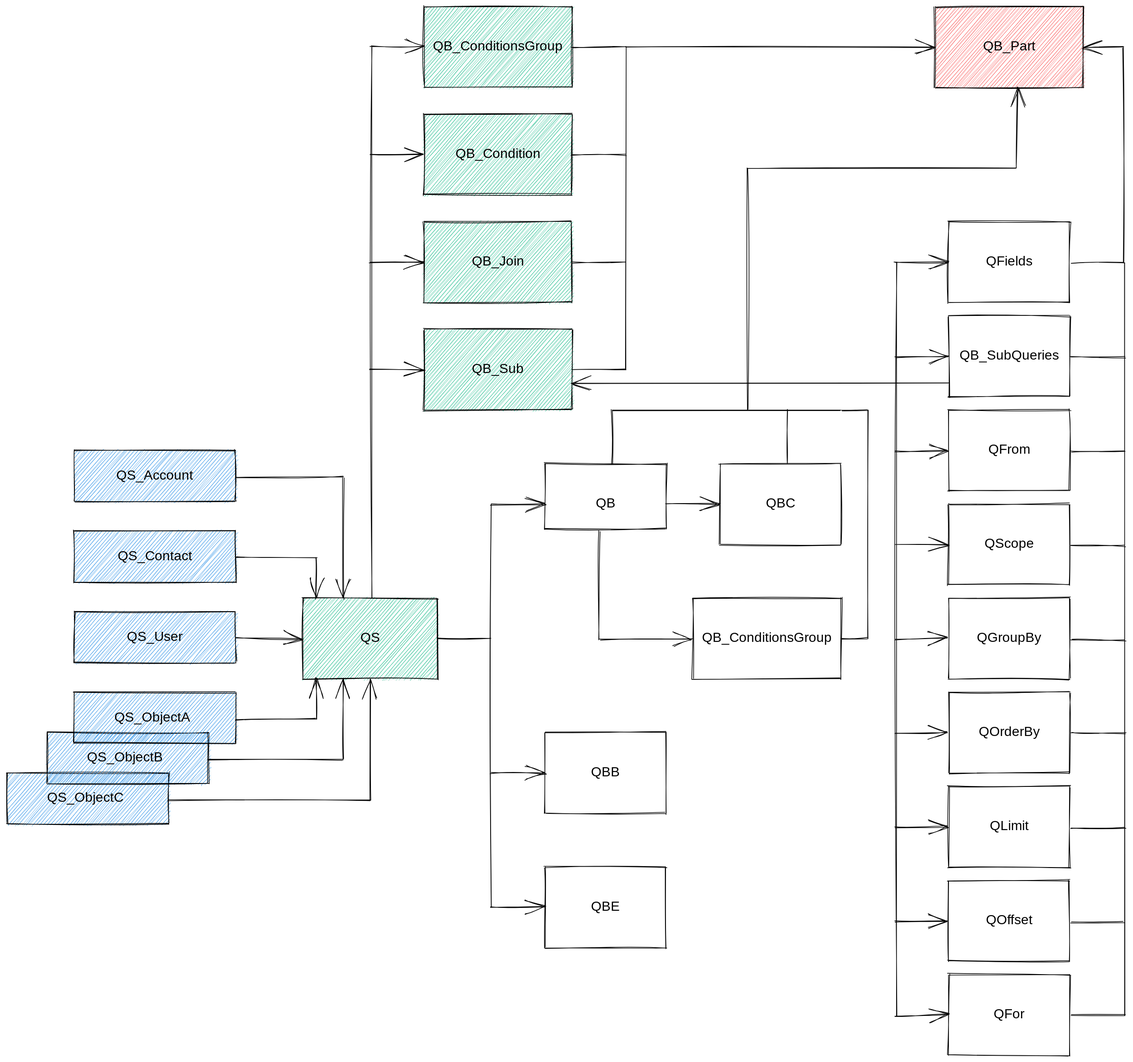
beyond-the-cloud-dev/soql-lib keeps this Excalidraw diagram as README.svg. Above is the earlier version. Source tidied: one line per element, renumbered; positions are measured from the earlier drawing's top-left corner, leaving out a move shared by most shapes.
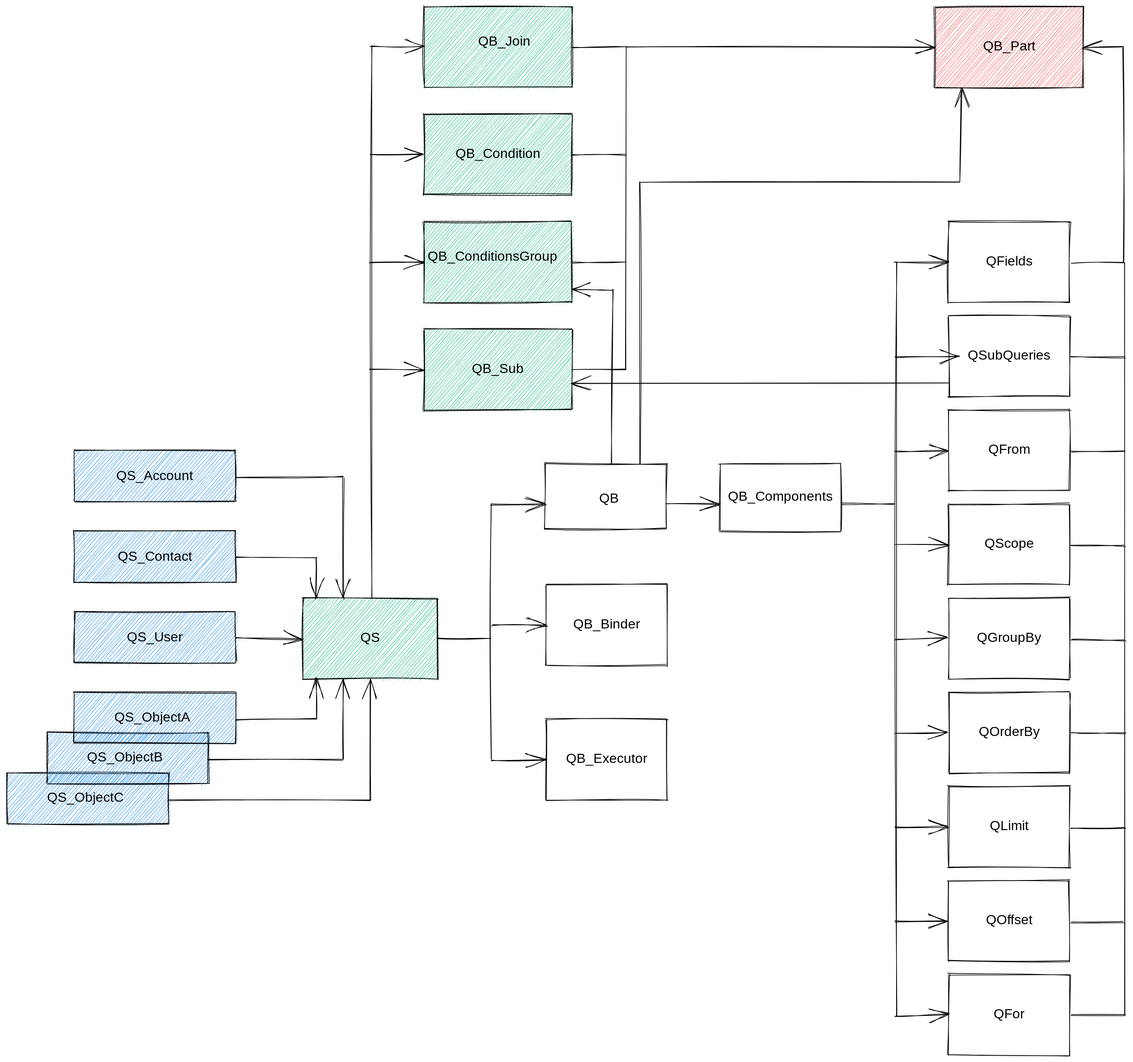
The same file after the commit.

Diff of the diagram source:
```diff
@@ -3,12 +3,12 @@
 {"id": 2, "type": "rectangle", "strokeColor": "#000000", "strokeWidth": 1, "roughness": 1, "x": 800, "y": 680, "width": 180, "height": 97}
-{"id": 3, "type": "text", "text": "QB", "strokeColor": "#000000", "strokeWidth": 1, "roughness": 1, "fontSize": 20, "fontFamily": 1, "textAlign": "center", "x": 875, "y": 727, "width": 30, "height": 26}
+{"id": 3, "type": "text", "text": "QB", "strokeColor": "#000000", "strokeWidth": 1, "roughness": 1, "fontSize": 20, "fontFamily": 1, "textAlign": "center", "x": 880, "y": 720, "width": 30, "height": 26}
-{"id": 4, "type": "rectangle", "strokeColor": "#000000", "strokeWidth": 1, "roughness": 1, "x": 800, "y": 1080, "width": 180, "height": 120}
+{"id": 4, "type": "rectangle", "strokeColor": "#000000", "strokeWidth": 1, "roughness": 1, "x": 802, "y": 860, "width": 180, "height": 120}
-{"id": 5, "type": "text", "text": "QBB", "strokeColor": "#000000", "strokeWidth": 1, "roughness": 1, "fontSize": 20, "fontFamily": 1, "textAlign": "center", "x": 868, "y": 1127, "width": 44, "height": 26}
+{"id": 5, "type": "text", "text": "QB_Binder", "strokeColor": "#000000", "strokeWidth": 1, "roughness": 1, "fontSize": 20, "fontFamily": 1, "textAlign": "center", "x": 839, "y": 907, "width": 105, "height": 26}
-{"id": 6, "type": "rectangle", "strokeColor": "#000000", "strokeWidth": 1, "roughness": 1, "x": 800, "y": 1280, "width": 180, "height": 120}
+{"id": 6, "type": "rectangle", "strokeColor": "#000000", "strokeWidth": 1, "roughness": 1, "x": 802, "y": 1060, "width": 180, "height": 120}
-{"id": 7, "type": "text", "text": "QBE", "strokeColor": "#000000", "strokeWidth": 1, "roughness": 1, "fontSize": 20, "fontFamily": 1, "textAlign": "center", "x": 868, "y": 1327, "width": 43, "height": 26}
+{"id": 7, "type": "text", "text": "QB_Executor", "strokeColor": "#000000", "strokeWidth": 1, "roughness": 1, "fontSize": 20, "fontFamily": 1, "textAlign": "center", "x": 825, "y": 1107, "width": 134, "height": 26}
-{"id": 8, "type": "line", "strokeColor": "#000000", "strokeWidth": 1, "roughness": 1, "x": 720, "y": 740, "width": 0, "height": 600, "points": [[0, 0], [0, 600]]}
+{"id": 8, "type": "line", "strokeColor": "#000000", "strokeWidth": 1, "roughness": 1, "x": 720, "y": 740, "width": 0, "height": 380, "points": [[0, 0], [0, 380]]}
 {"id": 9, "type": "arrow", "strokeColor": "#000000", "strokeWidth": 1, "roughness": 1, "endArrowhead": "arrow", "to": 2, "x": 720, "y": 740, "width": 80, "height": 0, "points": [[0, 0], [80, 0]]}
 {"id": 10, "type": "line", "strokeColor": "#000000", "strokeWidth": 1, "roughness": 1, "x": 640, "y": 940, "width": 80, "height": 0, "points": [[0, 0], [80, 0]]}
-{"id": 11, "type": "rectangle", "strokeColor": "#000000", "strokeWidth": 1, "roughness": 1, "x": 1060, "y": 680, "width": 180, "height": 120}
+{"id": 11, "type": "rectangle", "strokeColor": "#000000", "strokeWidth": 1, "roughness": 1, "x": 1060, "y": 680, "width": 180, "height": 100}
-{"id": 12, "type": "text", "text": "QBC", "strokeColor": "#000000", "strokeWidth": 1, "roughness": 1, "fontSize": 20, "fontFamily": 1, "textAlign": "center", "x": 1128, "y": 727, "width": 43, "height": 26}
+{"id": 12, "type": "text", "text": "QB_Components", "strokeColor": "#000000", "strokeWidth": 1, "roughness": 1, "fontSize": 20, "fontFamily": 1, "textAlign": "center", "x": 1072, "y": 717, "width": 156, "height": 26}
 {"id": 13, "type": "rectangle", "strokeColor": "#000000", "strokeWidth": 1, "roughness": 1, "x": 1400, "y": 320, "width": 180, "height": 120}
@@ -16,3 +16,3 @@
 {"id": 15, "type": "rectangle", "strokeColor": "#000000", "strokeWidth": 1, "roughness": 1, "x": 1400, "y": 460, "width": 180, "height": 120}
-{"id": 16, "type": "text", "text": "QB_SubQueries", "strokeColor": "#000000", "strokeWidth": 1, "roughness": 1, "fontSize": 20, "fontFamily": 1, "textAlign": "center", "x": 1414, "y": 507, "width": 151, "height": 26}
+{"id": 16, "type": "text", "text": "QSubQueries", "strokeColor": "#000000", "strokeWidth": 1, "roughness": 1, "fontSize": 20, "fontFamily": 1, "textAlign": "center", "x": 1430, "y": 507, "width": 120, "height": 26}
 {"id": 17, "type": "rectangle", "strokeColor": "#000000", "strokeWidth": 1, "roughness": 1, "x": 1400, "y": 600, "width": 180, "height": 120}
@@ -33,3 +33,3 @@
 {"id": 32, "type": "arrow", "strokeColor": "#000000", "strokeWidth": 1, "roughness": 1, "endArrowhead": "arrow", "to": 13, "x": 1320, "y": 380, "width": 79, "height": 0, "points": [[0, 0], [79, 0]]}
-{"id": 33, "type": "arrow", "strokeColor": "#000000", "strokeWidth": 1, "roughness": 1, "endArrowhead": "arrow", "to": 16, "x": 1320, "y": 521, "width": 80, "height": 0, "points": [[0, 0], [80, 0]]}
+{"id": 33, "type": "arrow", "strokeColor": "#000000", "strokeWidth": 1, "roughness": 1, "endArrowhead": "arrow", "to": 16, "x": 1320, "y": 521, "width": 96, "height": 0, "points": [[0, 0], [96, 0]]}
 {"id": 34, "type": "arrow", "strokeColor": "#000000", "strokeWidth": 1, "roughness": 1, "endArrowhead": "arrow", "to": 17, "x": 1320, "y": 662, "width": 79, "height": 0, "points": [[0, 0], [79, 0]]}
@@ -42,3 +42,3 @@
 {"id": 41, "type": "rectangle", "strokeColor": "#000000", "backgroundColor": "#fa5252", "fillStyle": "hachure", "strokeWidth": 1, "roughness": 1, "x": 1380, "y": 0, "width": 220, "height": 120}
-{"id": 42, "type": "text", "text": "QB_QueryClause", "strokeColor": "#000000", "backgroundColor": "#fa5252", "fillStyle": "hachure", "strokeWidth": 1, "roughness": 1, "fontSize": 20, "fontFamily": 1, "textAlign": "center", "x": 1408, "y": 47, "width": 165, "height": 26}
+{"id": 42, "type": "text", "text": "QB_Part", "strokeColor": "#000000", "backgroundColor": "#fa5252", "fillStyle": "hachure", "strokeWidth": 1, "roughness": 1, "fontSize": 20, "fontFamily": 1, "textAlign": "center", "x": 1444, "y": 47, "width": 93, "height": 26}
 {"id": 43, "type": "line", "strokeColor": "#000000", "strokeWidth": 1, "roughness": 1, "x": 1662, "y": 381, "width": 0, "height": 1120, "points": [[0, 0], [0, 1120]]}
@@ -53,7 +53,5 @@
 {"id": 52, "type": "line", "strokeColor": "#000000", "strokeWidth": 1, "roughness": 1, "x": 1581, "y": 1362, "width": 80, "height": 0, "points": [[0, 0], [80, 0]]}
-{"id": 53, "type": "rectangle", "strokeColor": "#000000", "strokeWidth": 1, "roughness": 1, "x": 1020, "y": 880, "width": 220, "height": 120}
-{"id": 54, "type": "text", "text": "QB_ConditionsGroup", "strokeColor": "#000000", "strokeWidth": 1, "roughness": 1, "fontSize": 20, "fontFamily": 1, "textAlign": "center", "x": 1030, "y": 927, "width": 199, "height": 26}
-{"id": 55, "type": "arrow", "strokeColor": "#000000", "strokeWidth": 1, "roughness": 1, "endArrowhead": "arrow", "to": 6, "x": 720, "y": 1340, "width": 80, "height": 0, "points": [[0, 0], [80, 0]]}
+{"id": 55, "type": "arrow", "strokeColor": "#000000", "strokeWidth": 1, "roughness": 1, "endArrowhead": "arrow", "to": 6, "x": 721, "y": 1122, "width": 80, "height": 0, "points": [[0, 0], [80, 0]]}
 {"id": 56, "type": "rectangle", "strokeColor": "#000000", "backgroundColor": "#12b886", "fillStyle": "hachure", "strokeWidth": 1, "roughness": 1, "x": 620, "y": 0, "width": 220, "height": 120}
-{"id": 57, "type": "text", "text": "QB_ConditionsGroup", "strokeColor": "#000000", "strokeWidth": 1, "roughness": 1, "fontSize": 20, "fontFamily": 1, "textAlign": "center", "x": 630, "y": 47, "width": 199, "height": 26}
+{"id": 57, "type": "text", "text": "QB_Join", "strokeColor": "#000000", "strokeWidth": 1, "roughness": 1, "fontSize": 20, "fontFamily": 1, "textAlign": "center", "x": 698, "y": 40, "width": 84, "height": 26}
 {"id": 58, "type": "rectangle", "strokeColor": "#000000", "backgroundColor": "#12b886", "fillStyle": "hachure", "strokeWidth": 1, "roughness": 1, "x": 620, "y": 160, "width": 220, "height": 120}
@@ -63,3 +61,3 @@
 {"id": 62, "type": "rectangle", "strokeColor": "#000000", "backgroundColor": "#12b886", "fillStyle": "hachure", "strokeWidth": 1, "roughness": 1, "x": 620, "y": 320, "width": 220, "height": 120}
-{"id": 63, "type": "text", "text": "QB_Join", "strokeColor": "#000000", "strokeWidth": 1, "roughness": 1, "fontSize": 20, "fontFamily": 1, "textAlign": "center", "x": 688, "y": 367, "width": 84, "height": 26}
+{"id": 63, "type": "text", "text": "QB_ConditionsGroup", "strokeColor": "#000000", "strokeWidth": 1, "roughness": 1, "fontSize": 20, "fontFamily": 1, "textAlign": "center", "x": 622, "y": 360, "width": 199, "height": 26}
 {"id": 64, "type": "line", "strokeColor": "#000000", "strokeWidth": 1, "roughness": 1, "x": 542, "y": 60, "width": 0, "height": 820, "points": [[0, 0], [0, 820]]}
@@ -68,3 +66,3 @@
 {"id": 67, "type": "arrow", "strokeColor": "#000000", "backgroundColor": "#12b886", "fillStyle": "hachure", "strokeWidth": 1, "roughness": 1, "endArrowhead": "arrow", "to": 60, "x": 540, "y": 540, "width": 80, "height": 0, "points": [[0, 0], [80, 0]]}
-{"id": 68, "type": "arrow", "strokeColor": "#000000", "backgroundColor": "#12b886", "fillStyle": "hachure", "strokeWidth": 1, "roughness": 1, "endArrowhead": "arrow", "to": 57, "x": 540, "y": 60, "width": 80, "height": 0, "points": [[0, 0], [80, 0]]}
+{"id": 68, "type": "arrow", "strokeColor": "#000000", "backgroundColor": "#12b886", "fillStyle": "hachure", "strokeWidth": 1, "roughness": 1, "endArrowhead": "arrow", "to": 56, "x": 540, "y": 60, "width": 80, "height": 0, "points": [[0, 0], [80, 0]]}
 {"id": 69, "type": "arrow", "strokeColor": "#000000", "backgroundColor": "#12b886", "fillStyle": "hachure", "strokeWidth": 1, "roughness": 1, "endArrowhead": "arrow", "to": 58, "x": 540, "y": 220, "width": 80, "height": 0, "points": [[0, 0], [80, 0]]}
@@ -75,18 +73,13 @@
 {"id": 74, "type": "line", "strokeColor": "#000000", "backgroundColor": "#12b886", "fillStyle": "hachure", "strokeWidth": 1, "roughness": 1, "x": 840, "y": 540, "width": 80, "height": 0, "points": [[0, 0], [80, 0]]}
-{"id": 75, "type": "arrow", "strokeColor": "#000000", "backgroundColor": "#12b886", "fillStyle": "hachure", "strokeWidth": 1, "roughness": 1, "endArrowhead": "arrow", "to": 42, "x": 920, "y": 60, "width": 460, "height": 0, "points": [[0, 0], [460, 0]]}
+{"id": 75, "type": "arrow", "strokeColor": "#000000", "backgroundColor": "#12b886", "fillStyle": "hachure", "strokeWidth": 1, "roughness": 1, "endArrowhead": "arrow", "to": 41, "x": 920, "y": 60, "width": 460, "height": 0, "points": [[0, 0], [460, 0]]}
 {"id": 76, "type": "arrow", "strokeColor": "#000000", "backgroundColor": "#12b886", "fillStyle": "hachure", "strokeWidth": 1, "roughness": 1, "endArrowhead": "arrow", "to": 60, "x": 1400, "y": 560, "width": 560, "height": 0, "points": [[0, 0], [-560, 0]]}
-{"id": 77, "type": "arrow", "strokeColor": "#000000", "backgroundColor": "#12b886", "fillStyle": "hachure", "strokeWidth": 1, "roughness": 1, "endArrowhead": "arrow", "from": 2, "x": 980, "y": 740, "width": 80, "height": 0, "points": [[0, 0], [80, 0]]}
+{"id": 77, "type": "arrow", "strokeColor": "#000000", "backgroundColor": "#12b886", "fillStyle": "hachure", "strokeWidth": 1, "roughness": 1, "endArrowhead": "arrow", "from": 2, "to": 12, "x": 980, "y": 740, "width": 80, "height": 0, "points": [[0, 0], [80, 0]]}
-{"id": 78, "type": "arrow", "strokeColor": "#000000", "backgroundColor": "#12b886", "fillStyle": "hachure", "strokeWidth": 1, "roughness": 1, "endArrowhead": "arrow", "x": 720, "y": 1140, "width": 80, "height": 0, "points": [[0, 0], [80, 0]]}
+{"id": 78, "type": "arrow", "strokeColor": "#000000", "backgroundColor": "#12b886", "fillStyle": "hachure", "strokeWidth": 1, "roughness": 1, "endArrowhead": "arrow", "to": 4, "x": 722, "y": 920, "width": 80, "height": 0, "points": [[0, 0], [80, 0]]}
-{"id": 79, "type": "arrow", "strokeColor": "#000000", "backgroundColor": "#12b886", "fillStyle": "hachure", "strokeWidth": 1, "roughness": 1, "endArrowhead": "arrow", "from": 2, "to": 53, "x": 880, "y": 780, "width": 138, "height": 161, "points": [[0, 0], [1, 161], [138, 161]]}
-{"id": 80, "type": "line", "strokeColor": "#000000", "backgroundColor": "#12b886", "fillStyle": "hachure", "strokeWidth": 1, "roughness": 1, "x": 900, "y": 600, "width": 340, "height": 0, "points": [[0, 0], [340, 0]]}
-{"id": 81, "type": "line", "strokeColor": "#000000", "backgroundColor": "#12b886", "fillStyle": "hachure", "strokeWidth": 1, "roughness": 1, "x": 1240, "y": 940, "width": 40, "height": 340, "points": [[0, 0], [40, 0], [40, -340], [0, -340]]}
-{"id": 82, "type": "line", "strokeColor": "#000000", "backgroundColor": "#12b886", "fillStyle": "hachure", "strokeWidth": 1, "roughness": 1, "x": 1160, "y": 680, "width": 0, "height": 80, "points": [[0, 0], [0, -80]]}
-{"id": 83, "type": "line", "strokeColor": "#000000", "backgroundColor": "#12b886", "fillStyle": "hachure", "strokeWidth": 1, "roughness": 1, "x": 900, "y": 680, "width": 0, "height": 80, "points": [[0, 0], [0, -80]]}
-{"id": 84, "type": "arrow", "strokeColor": "#000000", "backgroundColor": "#12b886", "fillStyle": "hachure", "strokeWidth": 1, "roughness": 1, "endArrowhead": "arrow", "to": 41, "x": 1101, "y": 600, "width": 402, "height": 479, "points": [[0, 0], [0, -360], [399, -360], [402, -479]]}
+{"id": 84, "type": "arrow", "strokeColor": "#000000", "backgroundColor": "#12b886", "fillStyle": "hachure", "strokeWidth": 1, "roughness": 1, "endArrowhead": "arrow", "to": 41, "x": 941, "y": 681, "width": 478, "height": 559, "points": [[0, 0], [0, -420], [475, -420], [478, -559]]}
 {"id": 85, "type": "rectangle", "strokeColor": "#000000", "backgroundColor": "#228be6", "fillStyle": "hachure", "strokeWidth": 1, "roughness": 1, "x": 100, "y": 900, "width": 240, "height": 76}
-{"id": 86, "type": "text", "text": "QS_User", "strokeColor": "#000000", "strokeWidth": 1, "roughness": 1, "fontSize": 20, "fontFamily": 1, "textAlign": "center", "verticalAlign": "middle", "inside": 85, "x": 176, "y": 926, "width": 88, "height": 23}
+{"id": 86, "type": "text", "text": "QS_User", "strokeColor": "#000000", "strokeWidth": 1, "roughness": 1, "fontSize": 20, "fontFamily": 1, "textAlign": "center", "verticalAlign": "middle", "inside": 85, "x": 176, "y": 926, "width": 88, "height": 26}
 {"id": 87, "type": "rectangle", "strokeColor": "#000000", "backgroundColor": "#228be6", "fillStyle": "hachure", "strokeWidth": 1, "roughness": 1, "x": 100, "y": 780, "width": 240, "height": 76}
-{"id": 88, "type": "text", "text": "QS_Contact", "strokeColor": "#000000", "strokeWidth": 1, "roughness": 1, "fontSize": 20, "fontFamily": 1, "textAlign": "center", "verticalAlign": "middle", "inside": 87, "x": 158, "y": 806, "width": 123, "height": 23}
+{"id": 88, "type": "text", "text": "QS_Contact", "strokeColor": "#000000", "strokeWidth": 1, "roughness": 1, "fontSize": 20, "fontFamily": 1, "textAlign": "center", "verticalAlign": "middle", "inside": 87, "x": 158, "y": 806, "width": 123, "height": 26}
 {"id": 89, "type": "rectangle", "strokeColor": "#000000", "backgroundColor": "#228be6", "fillStyle": "hachure", "strokeWidth": 1, "roughness": 1, "x": 100, "y": 660, "width": 240, "height": 76}
-{"id": 90, "type": "text", "text": "QS_Account", "strokeColor": "#000000", "strokeWidth": 1, "roughness": 1, "fontSize": 20, "fontFamily": 1, "textAlign": "center", "verticalAlign": "middle", "inside": 89, "x": 160, "y": 686, "width": 120, "height": 23}
+{"id": 90, "type": "text", "text": "QS_Account", "strokeColor": "#000000", "strokeWidth": 1, "roughness": 1, "fontSize": 20, "fontFamily": 1, "textAlign": "center", "verticalAlign": "middle", "inside": 89, "x": 160, "y": 686, "width": 120, "height": 26}
 {"id": 91, "type": "rectangle", "strokeColor": "#000000", "backgroundColor": "#228be6", "fillStyle": "hachure", "strokeWidth": 1, "roughness": 1, "x": 0, "y": 1140, "width": 240, "height": 76}
@@ -103,1 +96,3 @@
 {"id": 102, "type": "arrow", "strokeColor": "#000000", "backgroundColor": "#fa5252", "fillStyle": "hachure", "strokeWidth": 1, "roughness": 1, "endArrowhead": "arrow", "from": 91, "to": 0, "x": 240, "y": 1180, "width": 300, "height": 180, "points": [[0, 0], [300, 0], [300, -180]]}
+{"id": 103, "type": "arrow", "strokeColor": "#000000", "strokeWidth": 1, "roughness": 1, "endArrowhead": "arrow", "from": 2, "to": 62, "x": 900, "y": 680, "width": 60, "height": 259, "points": [[0, 0], [1, -259], [-59, -259]]}
+{"id": 104, "type": "line", "strokeColor": "#000000", "strokeWidth": 1, "roughness": 1, "x": 1240, "y": 740, "width": 80, "height": 0, "points": [[0, 0], [80, 0]]}
```
